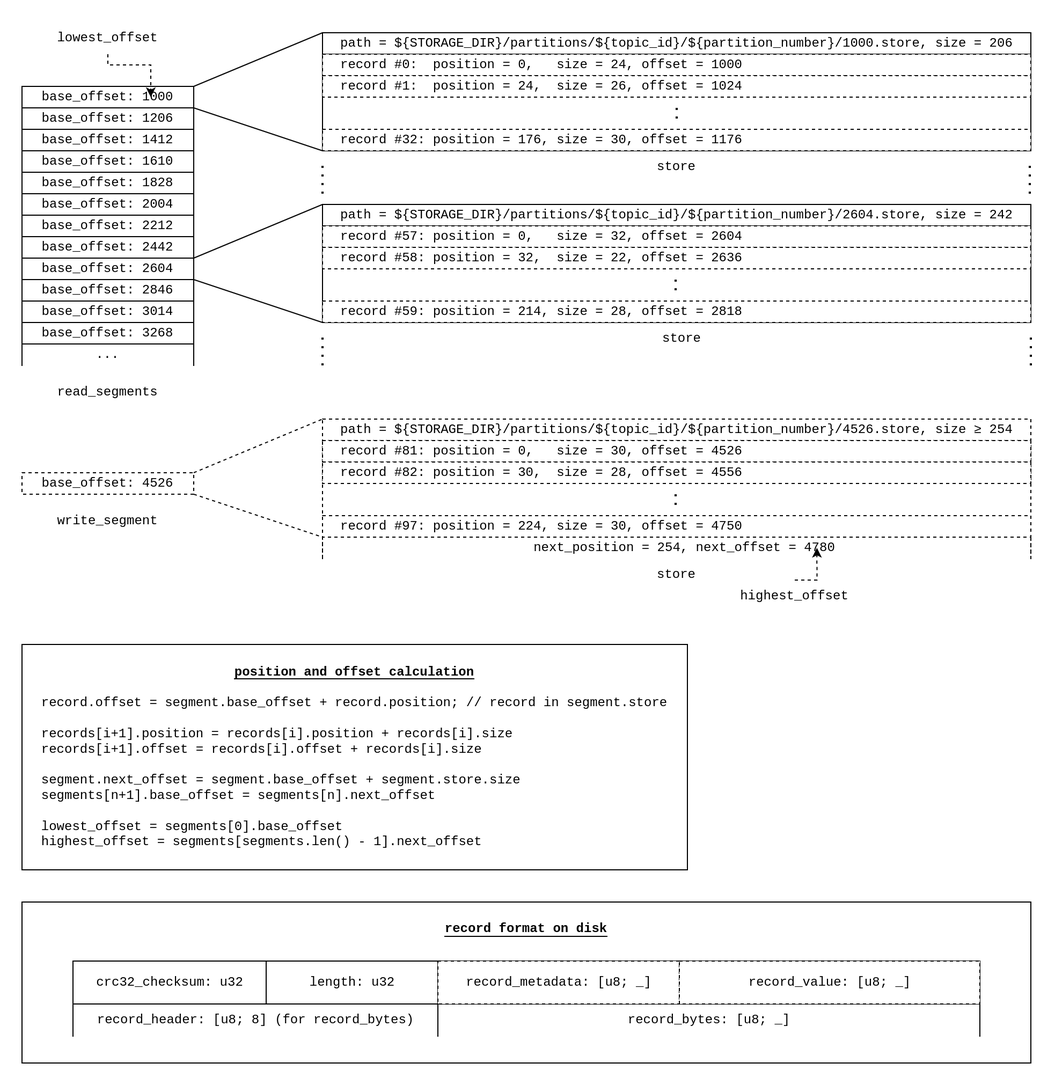
arindas/laminarmq keeps this draw.io diagram as assets/diagrams/laminarmq-segmented-log.png. Above is the earlier version. Source tidied: cells renumbered, new cells last; positions are measured from the earlier drawing's top-left corner, leaving out a move shared by most shapes.
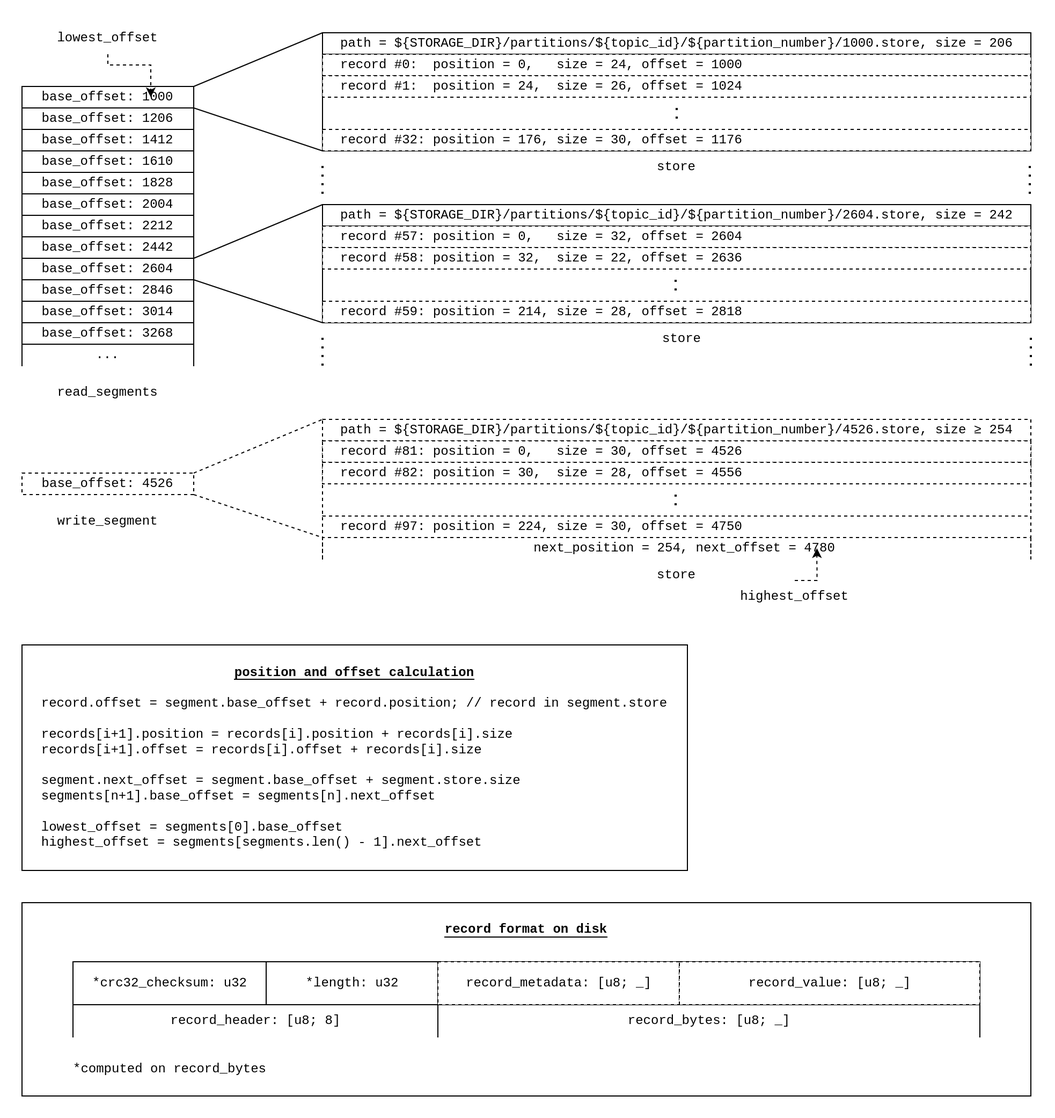
Above is the later version.

Commit message:
Added a note for how checksum and length are computed on record_bytes as a whole.

Diff of the diagram source:
```diff
@@ -3,7 +3,7 @@
     <mxCell id="0" />
     <mxCell id="1" parent="0" />
     <mxCell id="2" style="rounded=0;whiteSpace=wrap;html=1;fontFamily=Courier New;fontSize=12;" parent="1" vertex="1">
-      <mxGeometry y="820" width="940" height="150" as="geometry" />
+      <mxGeometry y="820" width="940" height="180" as="geometry" />
     </mxCell>
     <mxCell id="3" value="&lt;font&gt;base_offset: 1000&lt;/font&gt;" style="rounded=0;whiteSpace=wrap;html=1;fontFamily=Courier New;" parent="1" vertex="1">
       <mxGeometry y="60" width="160" height="20" as="geometry" />
@@ -181,13 +181,13 @@
     <mxCell id="54" style="rounded=0;whiteSpace=wrap;html=1;fontFamily=Courier New;fontSize=12;" parent="1" vertex="1">
       <mxGeometry x="47.5" y="875" width="730" height="40" as="geometry" />
     </mxCell>
-    <mxCell id="55" value="crc32_checksum: u32" style="rounded=0;whiteSpace=wrap;html=1;fontFamily=Courier New;fontSize=12;" parent="1" vertex="1">
+    <mxCell id="55" value="*crc32_checksum: u32" style="rounded=0;whiteSpace=wrap;html=1;fontFamily=Courier New;fontSize=12;" parent="1" vertex="1">
       <mxGeometry x="47.5" y="875" width="180" height="40" as="geometry" />
     </mxCell>
-    <mxCell id="56" value="length: u32" style="rounded=0;whiteSpace=wrap;html=1;fontFamily=Courier New;fontSize=12;" parent="1" vertex="1">
+    <mxCell id="56" value="*length: u32" style="rounded=0;whiteSpace=wrap;html=1;fontFamily=Courier New;fontSize=12;" parent="1" vertex="1">
       <mxGeometry x="227.5" y="875" width="160" height="40" as="geometry" />
     </mxCell>
-    <mxCell id="57" value="&lt;div&gt;record_header: [u8; 8] (for record_bytes)&lt;/div&gt;" style="shape=partialRectangle;whiteSpace=wrap;html=1;bottom=0;top=0;fillColor=none;fontFamily=Courier New;fontSize=12;" parent="1" vertex="1">
+    <mxCell id="57" value="&lt;div&gt;record_header: [u8; 8]&lt;br&gt;&lt;/div&gt;" style="shape=partialRectangle;whiteSpace=wrap;html=1;bottom=0;top=0;fillColor=none;fontFamily=Courier New;fontSize=12;" parent="1" vertex="1">
       <mxGeometry x="47.5" y="915" width="340" height="30" as="geometry" />
     </mxCell>
     <mxCell id="58" style="rounded=0;whiteSpace=wrap;html=1;fontFamily=Courier New;fontSize=12;" parent="1" vertex="1">
@@ -217,5 +217,8 @@
     <mxCell id="64" value="record_bytes: [u8; _]" style="shape=partialRectangle;whiteSpace=wrap;html=1;bottom=0;top=0;fillColor=none;fontFamily=Courier New;fontSize=12;" parent="1" vertex="1">
       <mxGeometry x="387.5" y="915" width="505" height="30" as="geometry" />
     </mxCell>
+    <mxCell id="65" value="&lt;font face=&quot;Courier New&quot;&gt;*computed on record_bytes&lt;/font&gt;" style="text;html=1;strokeColor=none;fillColor=none;align=center;verticalAlign=middle;whiteSpace=wrap;rounded=0;" parent="1" vertex="1">
+      <mxGeometry x="17.5" y="960" width="240" height="30" as="geometry" />
+    </mxCell>
   </root>
 </mxGraphModel>
```
